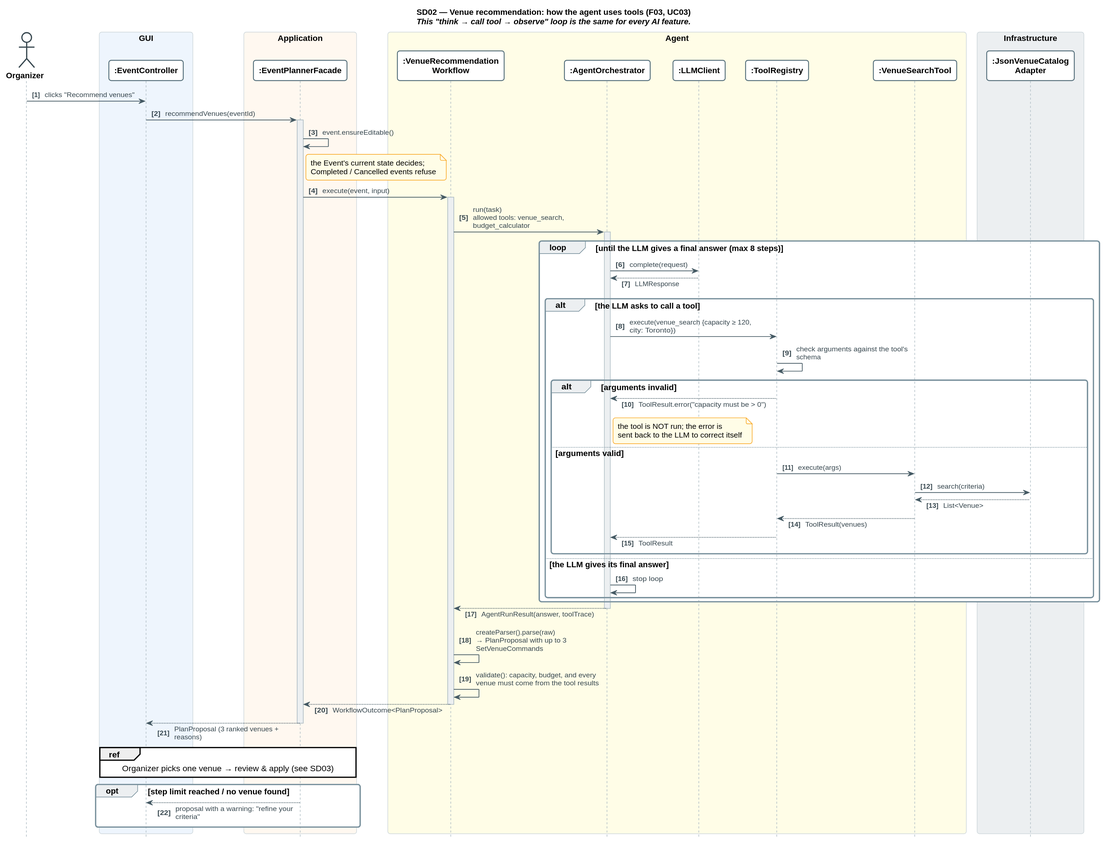
The PlantUML diagram docs/stage1/diagrams/svg/SD02_venue_tool_loop.svg in farazkabbo/EECS3311-EventPilot, before a commit. Its diagram source:
```plantuml
@startuml SD02_venue_tool_loop
skinparam dpi 140
skinparam shadowing false
skinparam defaultFontName Helvetica
skinparam defaultFontSize 13
skinparam titleFontSize 18
skinparam titleFontStyle bold
skinparam classAttributeIconSize 0
skinparam roundcorner 8
skinparam ArrowColor #455A64
skinparam ArrowFontSize 11
skinparam ArrowFontColor #37474F
skinparam ArrowThickness 1.2
skinparam nodesep 40
skinparam ranksep 50
skinparam padding 2

skinparam class {
  BackgroundColor #FFFFFF
  BorderColor #546E7A
  HeaderBackgroundColor #ECEFF1
  StereotypeFontSize 11
  StereotypeFontColor #AD1457
  FontStyle bold
  AttributeFontSize 12
}
skinparam class {
  BackgroundColor<<Facade>> #FFF3E0
  BackgroundColor<<Command>> #E8F5E9
  BackgroundColor<<Invoker>> #E8F5E9
  BackgroundColor<<Subject>> #E3F2FD
  BackgroundColor<<Observer>> #E3F2FD
  BackgroundColor<<Strategy>> #F3E5F5
  BackgroundColor<<Context>> #F3E5F5
  BackgroundColor<<Template Method>> #FFFDE7
  BackgroundColor<<State>> #FCE4EC
  BackgroundColor<<Adapter>> #E0F7FA
  BackgroundColor<<Adaptee>> #E0F7FA
  BackgroundColor<<Target>> #E0F7FA
}
skinparam package {
  BorderColor #90A4AE
  BackgroundColor #FCFCFC
  FontStyle bold
  FontSize 14
}
skinparam note {
  BackgroundColor #FFFDE7
  BorderColor #F9A825
  FontSize 12
}
skinparam legend {
  BackgroundColor #FAFAFA
  BorderColor #B0BEC5
  FontSize 12
}

skinparam sequence {
  ParticipantBackgroundColor #FFFFFF
  ParticipantBorderColor #546E7A
  ParticipantFontStyle bold
  ActorBorderColor #546E7A
  ActorBackgroundColor #FFFFFF
  LifeLineBorderColor #B0BEC5
  LifeLineBackgroundColor #ECEFF1
  GroupBorderColor #78909C
  GroupBackgroundColor #ECEFF1
  GroupHeaderFontStyle bold
  BoxBorderColor #CFD8DC
  BoxFontStyle bold
  DividerBackgroundColor #455A64
  DividerFontColor #FFFFFF
  DividerFontStyle bold
}
skinparam maxMessageSize 220
skinparam ParticipantPadding 12
skinparam BoxPadding 8
skinparam responseMessageBelowArrow true

skinparam usecase {
  BackgroundColor #E3F2FD
  BorderColor #1565C0
  FontSize 13
}
skinparam actor {
  BorderColor #37474F
  FontStyle bold
}
skinparam rectangle {
  BorderColor #90A4AE
  FontStyle bold
}
hide footbox
autonumber "<b>[0]"
title SD02 — Venue recommendation: how the agent uses tools (F03, UC03)\n<size:13><i>This "think → call tool → observe" loop is the same for every AI feature.</i></size>

actor Organizer
box "GUI" #EEF5FD
  participant ":EventController" as EC
end box
box "Application" #FFF8F0
  participant ":EventPlannerFacade" as F
end box
box "Agent" #FFFDE7
  participant ":VenueRecommendation\nWorkflow" as WF
  participant ":AgentOrchestrator" as ORC
  participant ":LLMClient" as LLM
  participant ":ToolRegistry" as TR
  participant ":VenueSearchTool" as VST
end box
box "Infrastructure" #ECEFF1
  participant ":JsonVenueCatalog\nAdapter" as CAT
end box

Organizer -> EC : clicks "Recommend venues"
EC -> F : recommendVenues(eventId)
activate F
F -> F : event.ensureEditable()
note right of F : the Event's current state decides;\nCompleted / Cancelled events refuse
F -> WF : execute(event, input)
activate WF
WF -> ORC : run(task)\nallowed tools: venue_search, budget_calculator
activate ORC

loop until the LLM gives a final answer (max 8 steps)
  ORC -> LLM : complete(request)
  LLM --> ORC : LLMResponse
  alt the LLM asks to call a tool
    ORC -> TR : execute(venue_search {capacity ≥ 120, city: Toronto})
    TR -> TR : check arguments against the tool's schema
    alt arguments invalid
      TR --> ORC : ToolResult.error("capacity must be > 0")
      note right of ORC : the tool is NOT run; the error is\nsent back to the LLM to correct itself
    else arguments valid
      TR -> VST : execute(args)
      VST -> CAT : search(criteria)
      CAT --> VST : List<Venue>
      VST --> TR : ToolResult(venues)
      TR --> ORC : ToolResult
    end
  else the LLM gives its final answer
    ORC -> ORC : stop loop
  end
end
ORC --> WF : AgentRunResult(answer, toolTrace)
deactivate ORC

WF -> WF : createParser().parse(raw)\n→ PlanProposal with up to 3 SetVenueCommands
WF -> WF : validate(): capacity, budget, and every\nvenue must come from the tool results
WF --> F : WorkflowOutcome<PlanProposal>
deactivate WF
F --> EC : PlanProposal (3 ranked venues + reasons)
deactivate F
ref over EC, F : Organizer picks one venue → review & apply (see SD03)

opt step limit reached / no venue found
  F --> EC : proposal with a warning: "refine your criteria"
end
@enduml
```
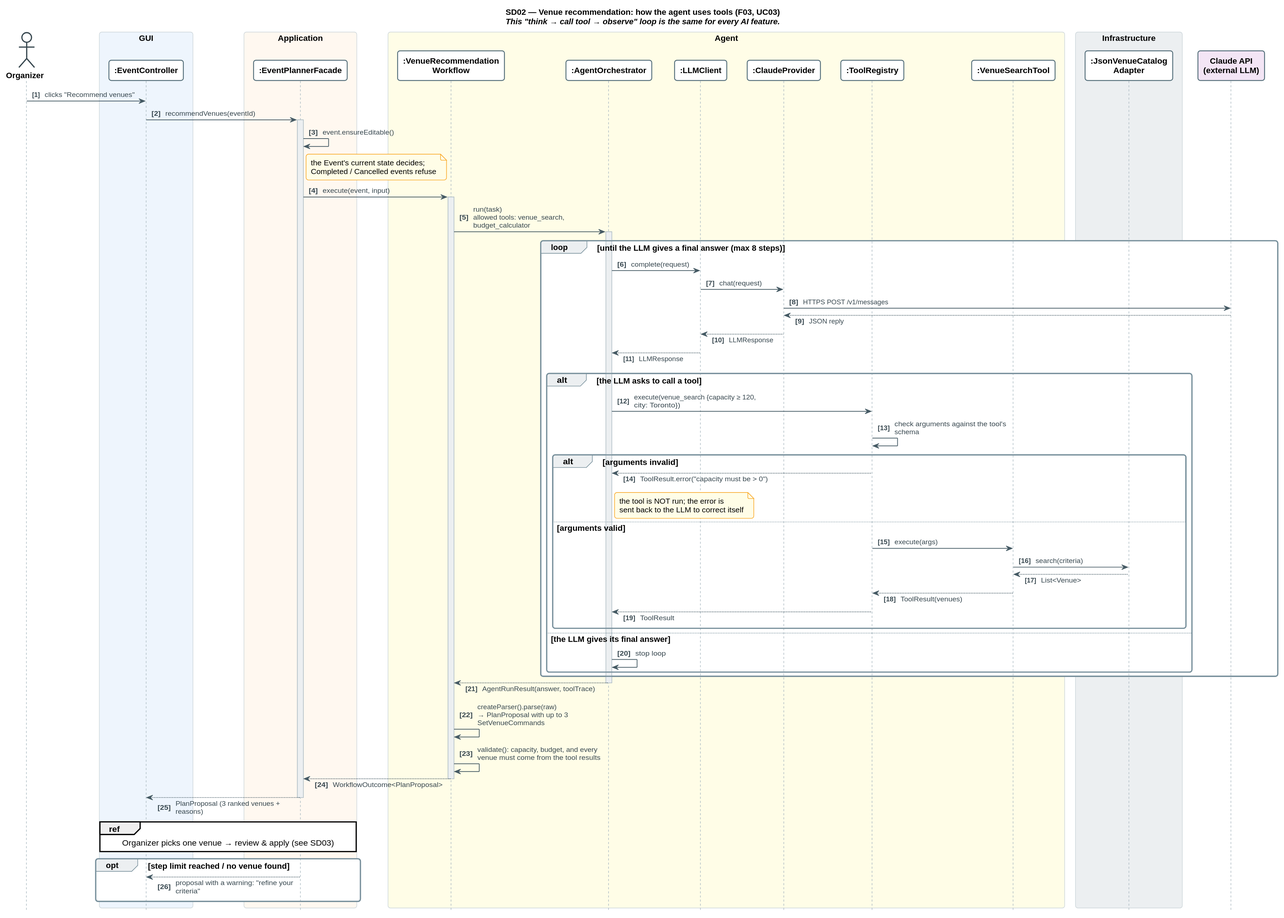
Later version of the same file.

What changed in the source:
```diff
@@ -105,12 +105,14 @@
   participant ":VenueRecommendation\nWorkflow" as WF
   participant ":AgentOrchestrator" as ORC
   participant ":LLMClient" as LLM
+  participant ":ClaudeProvider" as CP
   participant ":ToolRegistry" as TR
   participant ":VenueSearchTool" as VST
 end box
 box "Infrastructure" #ECEFF1
   participant ":JsonVenueCatalog\nAdapter" as CAT
 end box
+participant "Claude API\n(external LLM)" as API #F3E5F5
 
 Organizer -> EC : clicks "Recommend venues"
 EC -> F : recommendVenues(eventId)
@@ -124,6 +126,10 @@
 
 loop until the LLM gives a final answer (max 8 steps)
   ORC -> LLM : complete(request)
+  LLM -> CP : chat(request)
+  CP -> API : HTTPS POST /v1/messages
+  API --> CP : JSON reply
+  CP --> LLM : LLMResponse
   LLM --> ORC : LLMResponse
   alt the LLM asks to call a tool
     ORC -> TR : execute(venue_search {capacity ≥ 120, city: Toronto})
```
